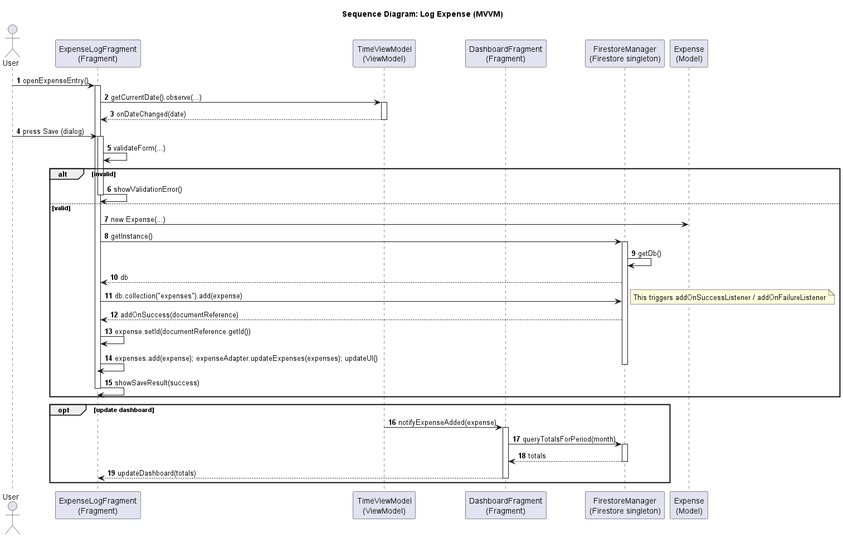
Before: Project/Sprint0.5-main/docs/sequence/log_expense_sequence.png, a diagram exported from PlantUML (jmsherrier/finance-tracker).
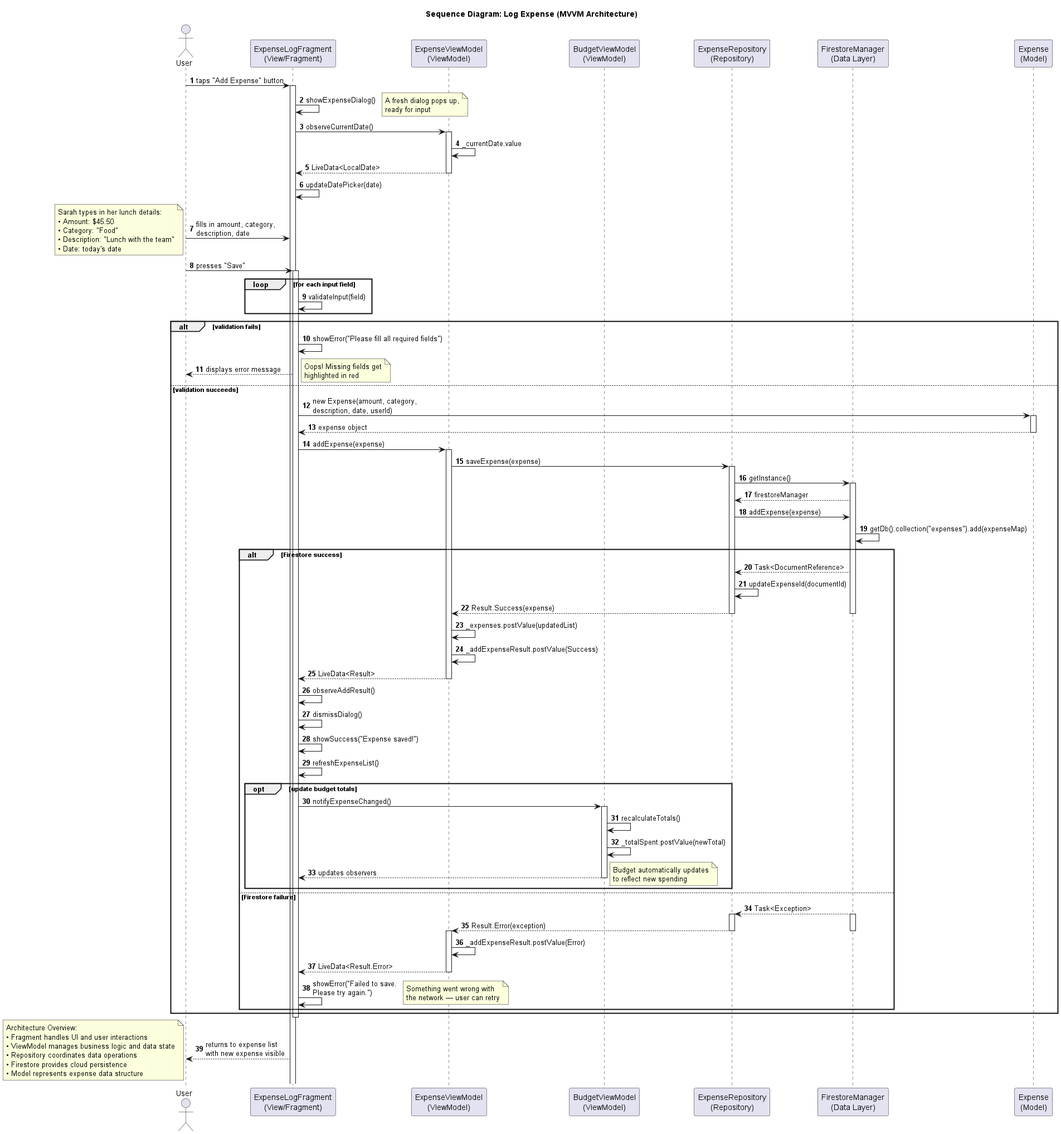
After the change.

Commit message:
Update log expense sequence diagram for MVVM

Expanded the sequence diagram to detail the MVVM architecture, including new lifelines for ExpenseViewModel, BudgetViewModel, and ExpenseRepository. The diagram now covers user input, validation, data flow, error handling, and UI updates, providing a more comprehensive view of the expense logging process.

The edit, as a diff of the source:
```diff
@@ -1,56 +1,128 @@
 @startuml
-title Sequence Diagram: Log Expense (MVVM)
+title Sequence Diagram: Log Expense (MVVM Architecture)
 autonumber
 
 note top
-    Joseph — Sprint 1
+    Joseph — Sprint 2
+    Tracking how a lunch expense gets logged in the system
 end note
 
 actor User
-participant ExpenseLog as "ExpenseLogFragment\n(Fragment)"
-participant TimeVM as "TimeViewModel\n(ViewModel)"
-participant Dashboard as "DashboardFragment\n(Fragment)"
-participant Firestore as "FirestoreManager\n(Firestore singleton)"
+participant ExpenseLog as "ExpenseLogFragment\n(View/Fragment)"
+participant ExpenseVM as "ExpenseViewModel\n(ViewModel)"
+participant BudgetVM as "BudgetViewModel\n(ViewModel)"
+participant ExpenseRepo as "ExpenseRepository\n(Repository)"
+participant Firestore as "FirestoreManager\n(Data Layer)"
 participant ExpenseModel as "Expense\n(Model)"
 
-User -> ExpenseLog: openExpenseEntry()
+User -> ExpenseLog: taps "Add Expense" button
 activate ExpenseLog
-ExpenseLog -> TimeVM: getCurrentDate().observe(...)
-activate TimeVM
-TimeVM --> ExpenseLog: onDateChanged(date)
-deactivate TimeVM
+ExpenseLog -> ExpenseLog: showExpenseDialog()
+note right: A fresh dialog pops up,\nready for input
 
-User -> ExpenseLog: press Save (dialog)
+ExpenseLog -> ExpenseVM: observeCurrentDate()
+activate ExpenseVM
+ExpenseVM -> ExpenseVM: _currentDate.value
+ExpenseVM --> ExpenseLog: LiveData<LocalDate>
+deactivate ExpenseVM
+ExpenseLog -> ExpenseLog: updateDatePicker(date)
+
+User -> ExpenseLog: fills in amount, category,\ndescription, date
+note left
+    Sarah types in her lunch details:
+    • Amount: $45.50
+    • Category: "Food"
+    • Description: "Lunch with the team"
+    • Date: today's date
+end note
+
+User -> ExpenseLog: presses "Save"
 activate ExpenseLog
-ExpenseLog -> ExpenseLog: validateForm(...)
-alt invalid
-    ExpenseLog -> ExpenseLog: showValidationError()
-    deactivate ExpenseLog
-else valid
-    ExpenseLog -> ExpenseModel: new Expense(...)
-    ExpenseLog -> Firestore: getInstance()
-    activate Firestore
-    Firestore -> Firestore: getDb()
-    Firestore --> ExpenseLog: db
-    ExpenseLog -> Firestore: db.collection("expenses").add(expense)
-    note right: This triggers addOnSuccessListener / addOnFailureListener
-    Firestore --> ExpenseLog: addOnSuccess(documentReference)
-    ExpenseLog -> ExpenseLog: expense.setId(documentReference.getId())
-    ExpenseLog -> ExpenseLog: expenses.add(expense); expenseAdapter.updateExpenses(expenses); updateUI()
-    deactivate Firestore
-    ExpenseLog -> ExpenseLog: showSaveResult(success)
-    deactivate ExpenseLog
+
+loop for each input field
+    ExpenseLog -> ExpenseLog: validateInput(field)
 end
 
-opt update dashboard
-    TimeVM -> Dashboard: notifyExpenseAdded(expense)
-    activate Dashboard
-    Dashboard -> Firestore: queryTotalsForPeriod(month)
+alt validation fails
+    ExpenseLog -> ExpenseLog: showError("Please fill all required fields")
+    ExpenseLog --> User: displays error message
+    note right: Oops! Missing fields get\nhighlighted in red
+else validation succeeds
+
+    ExpenseLog -> ExpenseModel: new Expense(amount, category,\ndescription, date, userId)
+    activate ExpenseModel
+    ExpenseModel --> ExpenseLog: expense object
+    deactivate ExpenseModel
+
+    ExpenseLog -> ExpenseVM: addExpense(expense)
+    activate ExpenseVM
+
+    ExpenseVM -> ExpenseRepo: saveExpense(expense)
+    activate ExpenseRepo
+
+    ExpenseRepo -> Firestore: getInstance()
     activate Firestore
-    Firestore --> Dashboard: totals
-    deactivate Firestore
-    Dashboard --> ExpenseLog: updateDashboard(totals)
-    deactivate Dashboard
+    Firestore --> ExpenseRepo: firestoreManager
+
+    ExpenseRepo -> Firestore: addExpense(expense)
+    Firestore -> Firestore: getDb().collection("expenses").add(expenseMap)
+
+    alt Firestore success
+        Firestore --> ExpenseRepo: Task<DocumentReference>
+        ExpenseRepo -> ExpenseRepo: updateExpenseId(documentId)
+        ExpenseRepo --> ExpenseVM: Result.Success(expense)
+        deactivate Firestore
+        deactivate ExpenseRepo
+
+        ExpenseVM -> ExpenseVM: _expenses.postValue(updatedList)
+        ExpenseVM -> ExpenseVM: _addExpenseResult.postValue(Success)
+        ExpenseVM --> ExpenseLog: LiveData<Result>
+        deactivate ExpenseVM
+
+        ExpenseLog -> ExpenseLog: observeAddResult()
+        ExpenseLog -> ExpenseLog: dismissDialog()
+        ExpenseLog -> ExpenseLog: showSuccess("Expense saved!")
+        ExpenseLog -> ExpenseLog: refreshExpenseList()
+
+        opt update budget totals
+            ExpenseLog -> BudgetVM: notifyExpenseChanged()
+            activate BudgetVM
+            BudgetVM -> BudgetVM: recalculateTotals()
+            BudgetVM -> BudgetVM: _totalSpent.postValue(newTotal)
+            BudgetVM --> ExpenseLog: updates observers
+            deactivate BudgetVM
+            note right: Budget automatically updates\nto reflect new spending
+        end
+
+    else Firestore failure
+        Firestore --> ExpenseRepo: Task<Exception>
+        activate Firestore
+        activate ExpenseRepo
+        ExpenseRepo --> ExpenseVM: Result.Error(exception)
+        deactivate Firestore
+        deactivate ExpenseRepo
+        activate ExpenseVM
+        ExpenseVM -> ExpenseVM: _addExpenseResult.postValue(Error)
+        ExpenseVM --> ExpenseLog: LiveData<Result.Error>
+        deactivate ExpenseVM
+
+        ExpenseLog -> ExpenseLog: showError("Failed to save.\nPlease try again.")
+        note right: Something went wrong with\nthe network — user can retry
+    end
+
 end
 
+deactivate ExpenseLog
+
+ExpenseLog --> User: returns to expense list\nwith new expense visible
+
+note bottom
+    Architecture Overview:
+    • Fragment handles UI and user interactions
+    • ViewModel manages business logic and data state
+    • Repository coordinates data operations
+    • Firestore provides cloud persistence
+    • Model represents expense data structure
+end note
+
 @enduml
```
